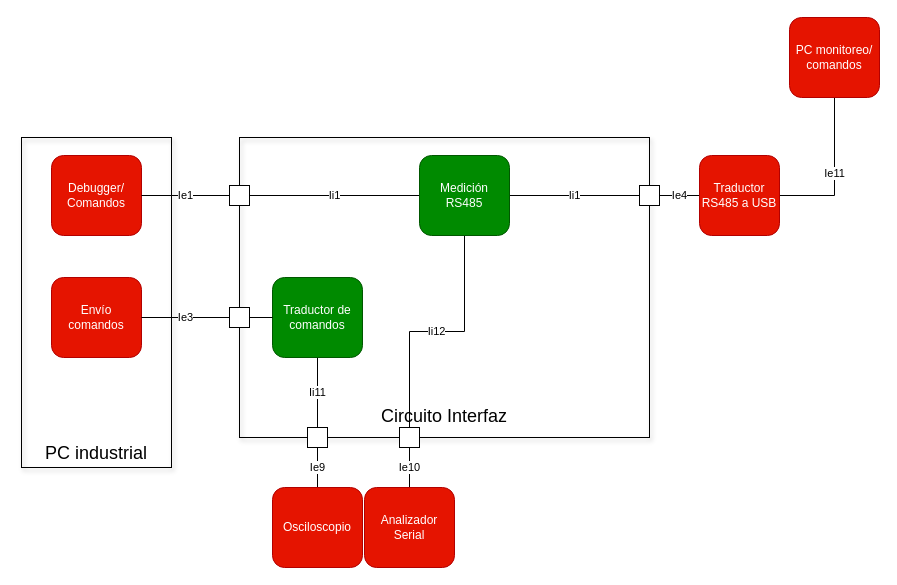
gvdiaz/Diagramas_simil_Visio keeps this draw.io diagram as page "Page-2" (2 of 2) of Drawio/Ensayo_5.drawio. Above is the earlier version. Source tidied: cells renumbered, new cells numbered last; positions are measured from the earlier drawing's top-left corner, leaving out a move shared by most shapes. Both pictures are drawn from the tidied source at 100%, with x=0, y=0 at pixel (21, 17).
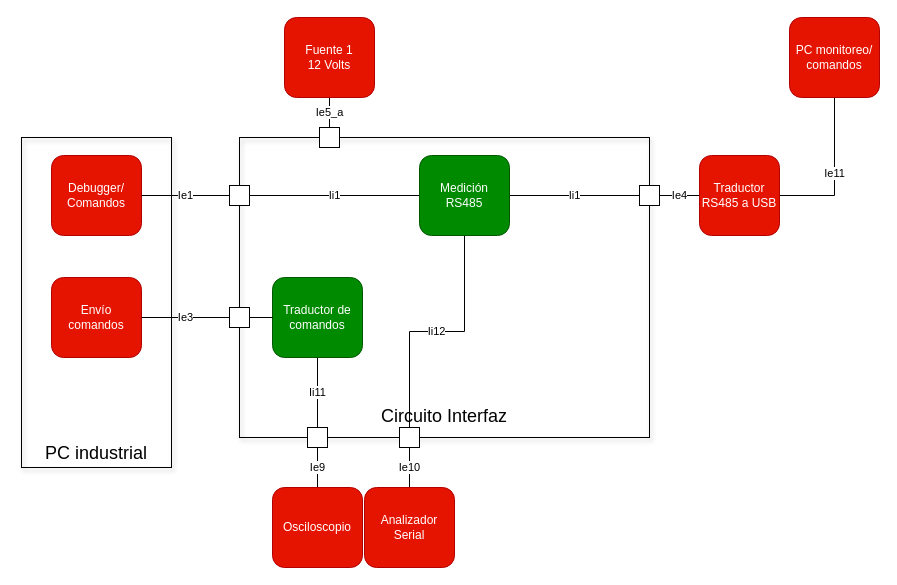
Above is the later version.

Commit message:
Agregué bloque Fuente 1

Change to the diagram source:
```diff
@@
+    <mxCell id="28" style="rounded=0;whiteSpace=wrap;html=1;" parent="1" vertex="1">
+      <mxGeometry x="298" y="110" width="20" height="20" as="geometry" />
+    </mxCell>
+    <mxCell id="29" value="Ie5_a" style="edgeStyle=orthogonalEdgeStyle;rounded=0;jettySize=auto;html=1;exitX=0.5;exitY=1;exitDx=0;exitDy=0;endArrow=none;endFill=0;" parent="1" edge="1" source="30" target="28">
+      <mxGeometry relative="1" as="geometry" />
+    </mxCell>
+    <mxCell id="30" value="&lt;div&gt;Fuente 1&lt;/div&gt;&lt;div&gt;12 Volts&lt;br&gt;&lt;/div&gt;" style="rounded=1;whiteSpace=wrap;html=1;fillColor=#e51400;strokeColor=#B20000;fontColor=#ffffff;" parent="1" vertex="1">
+      <mxGeometry x="263" width="90" height="80" as="geometry" />
+    </mxCell>
```
